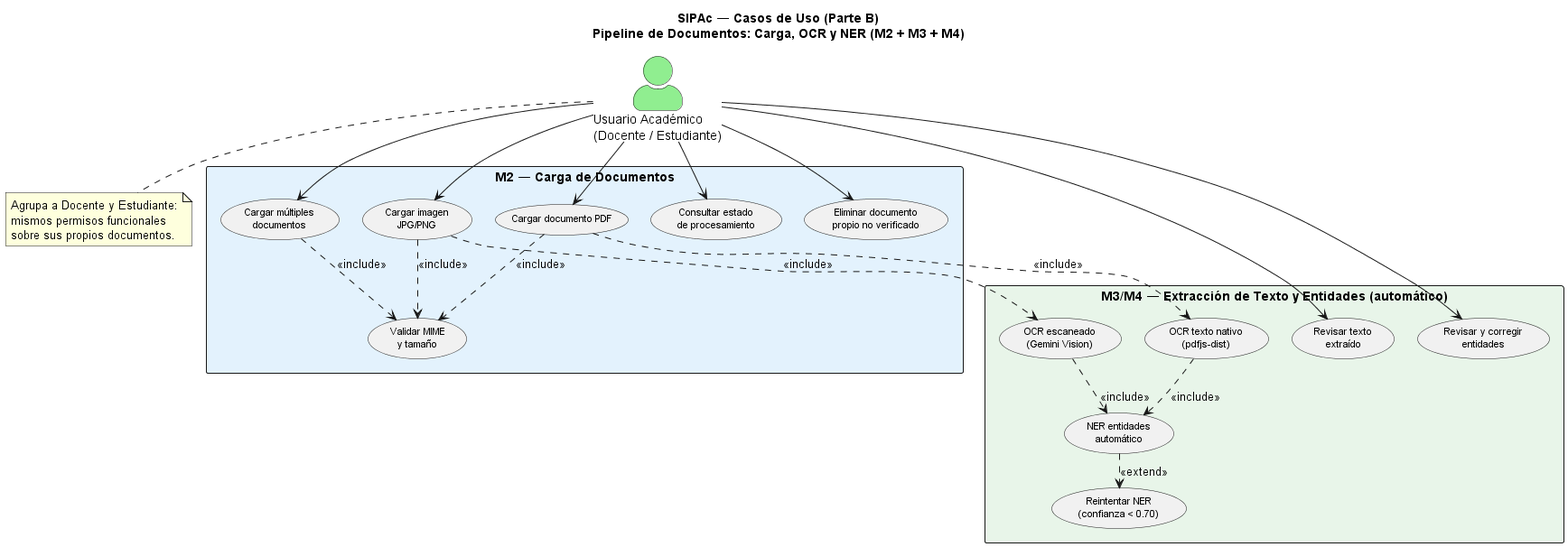
Above: docs/analisis-diseno/diagramas/renders/02b-casos-de-uso-documentos.png in KarloZ7715/SIPAc (PlantUML), before the change. The source it was exported from:
```plantuml
@startuml 02b-casos-de-uso-documentos
skinparam actorStyle awesome
skinparam packageStyle rectangle
skinparam usecaseFontSize 11
skinparam packageFontSize 13
skinparam nodesep 25
skinparam ranksep 20

title SIPAc — Casos de Uso (Parte B)\nPipeline de Documentos: Carga, OCR y NER (M2 + M3 + M4)


actor "Usuario Académico\n(Docente / Estudiante)" as Acad #LightGreen

note bottom of Acad
  Agrupa a Docente y Estudiante:
  mismos permisos funcionales
  sobre sus propios documentos.
end note


rectangle "M2 — Carga de Documentos" #E3F2FD {

  usecase "Cargar documento PDF" as UC_UPLOAD_PDF
  usecase "Cargar imagen\nJPG/PNG" as UC_UPLOAD_IMG
  usecase "Cargar múltiples\ndocumentos" as UC_UPLOAD_MULTI
  usecase "Consultar estado\nde procesamiento" as UC_CHECK_STATUS
  usecase "Eliminar documento\npropio no verificado" as UC_DELETE_DOC

  usecase "Validar MIME\ny tamaño" as UC_VALIDATE
}


rectangle "M3/M4 — Extracción de Texto y Entidades (automático)" #E8F5E9 {

  usecase "OCR texto nativo\n(pdfjs-dist)" as UC_OCR_NATIVE
  usecase "OCR escaneado\n(Gemini Vision)" as UC_OCR_SCAN
  usecase "Revisar texto\nextraído" as UC_REVIEW_OCR

  usecase "NER entidades\nautomático" as UC_NER_EXTRACT
  usecase "Revisar y corregir\nentidades" as UC_NER_REVIEW
  usecase "Reintentar NER\n(confianza < 0.70)" as UC_NER_RETRY

  UC_NER_EXTRACT ..> UC_NER_RETRY : <<extend>>
}


UC_UPLOAD_PDF ..> UC_VALIDATE : <<include>>
UC_UPLOAD_IMG ..> UC_VALIDATE : <<include>>
UC_UPLOAD_MULTI ..> UC_VALIDATE : <<include>>

UC_UPLOAD_PDF ..> UC_OCR_NATIVE : <<include>>
UC_UPLOAD_IMG ..> UC_OCR_SCAN : <<include>>

UC_OCR_NATIVE ..> UC_NER_EXTRACT : <<include>>
UC_OCR_SCAN ..> UC_NER_EXTRACT : <<include>>


Acad --> UC_UPLOAD_PDF
Acad --> UC_UPLOAD_IMG
Acad --> UC_UPLOAD_MULTI
Acad --> UC_CHECK_STATUS
Acad --> UC_DELETE_DOC
Acad --> UC_REVIEW_OCR
Acad --> UC_NER_REVIEW

@enduml
```
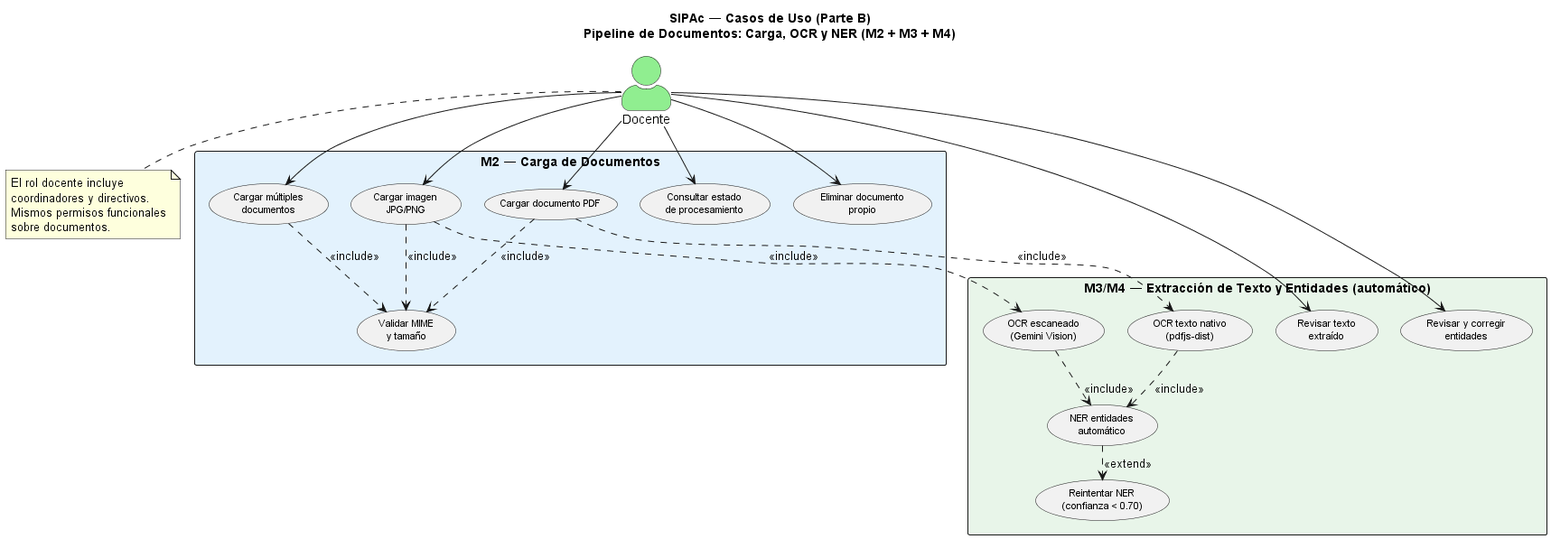
The same file after the commit.

Change to the diagram source:
```diff
@@ -9,12 +9,13 @@
 title SIPAc — Casos de Uso (Parte B)\nPipeline de Documentos: Carga, OCR y NER (M2 + M3 + M4)
 
 
-actor "Usuario Académico\n(Docente / Estudiante)" as Acad #LightGreen
+actor "Docente" as Acad #LightGreen
 
 note bottom of Acad
-  Agrupa a Docente y Estudiante:
-  mismos permisos funcionales
-  sobre sus propios documentos.
+  El rol docente incluye
+  coordinadores y directivos.
+  Mismos permisos funcionales
+  sobre documentos.
 end note
 
 
@@ -24,7 +25,7 @@
   usecase "Cargar imagen\nJPG/PNG" as UC_UPLOAD_IMG
   usecase "Cargar múltiples\ndocumentos" as UC_UPLOAD_MULTI
   usecase "Consultar estado\nde procesamiento" as UC_CHECK_STATUS
-  usecase "Eliminar documento\npropio no verificado" as UC_DELETE_DOC
+  usecase "Eliminar documento\npropio" as UC_DELETE_DOC
 
   usecase "Validar MIME\ny tamaño" as UC_VALIDATE
 }
```
